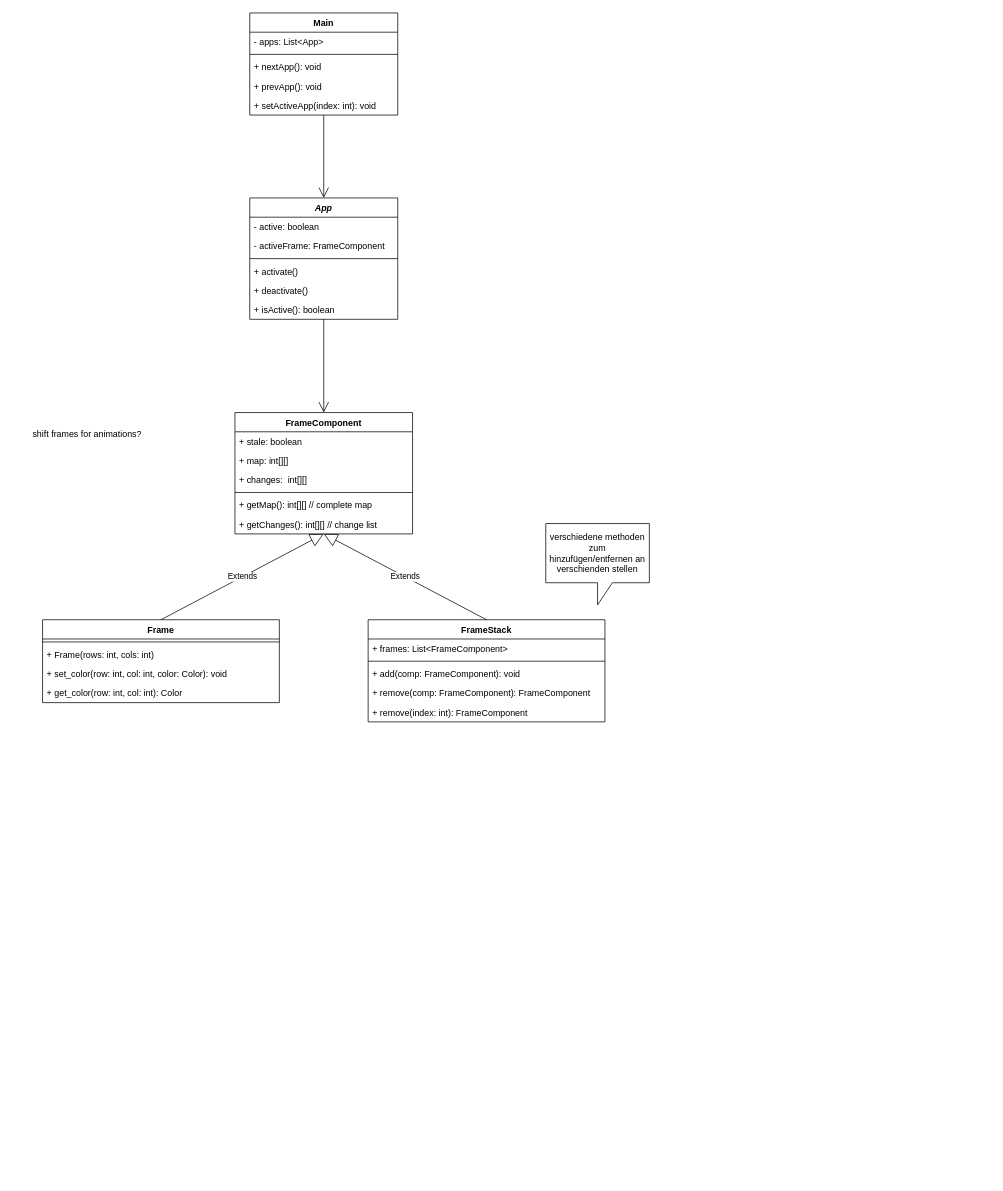
Noperabovi/python_ledbox keeps this draw.io diagram as sketches/class_diagram.drawio. Above is the earlier version. Source tidied: cells renumbered, new cells numbered last; positions are measured from the earlier drawing's top-left corner, leaving out a move shared by most shapes. Both pictures are drawn from the tidied source at 74%, with x=0, y=0 at pixel (27, 13).
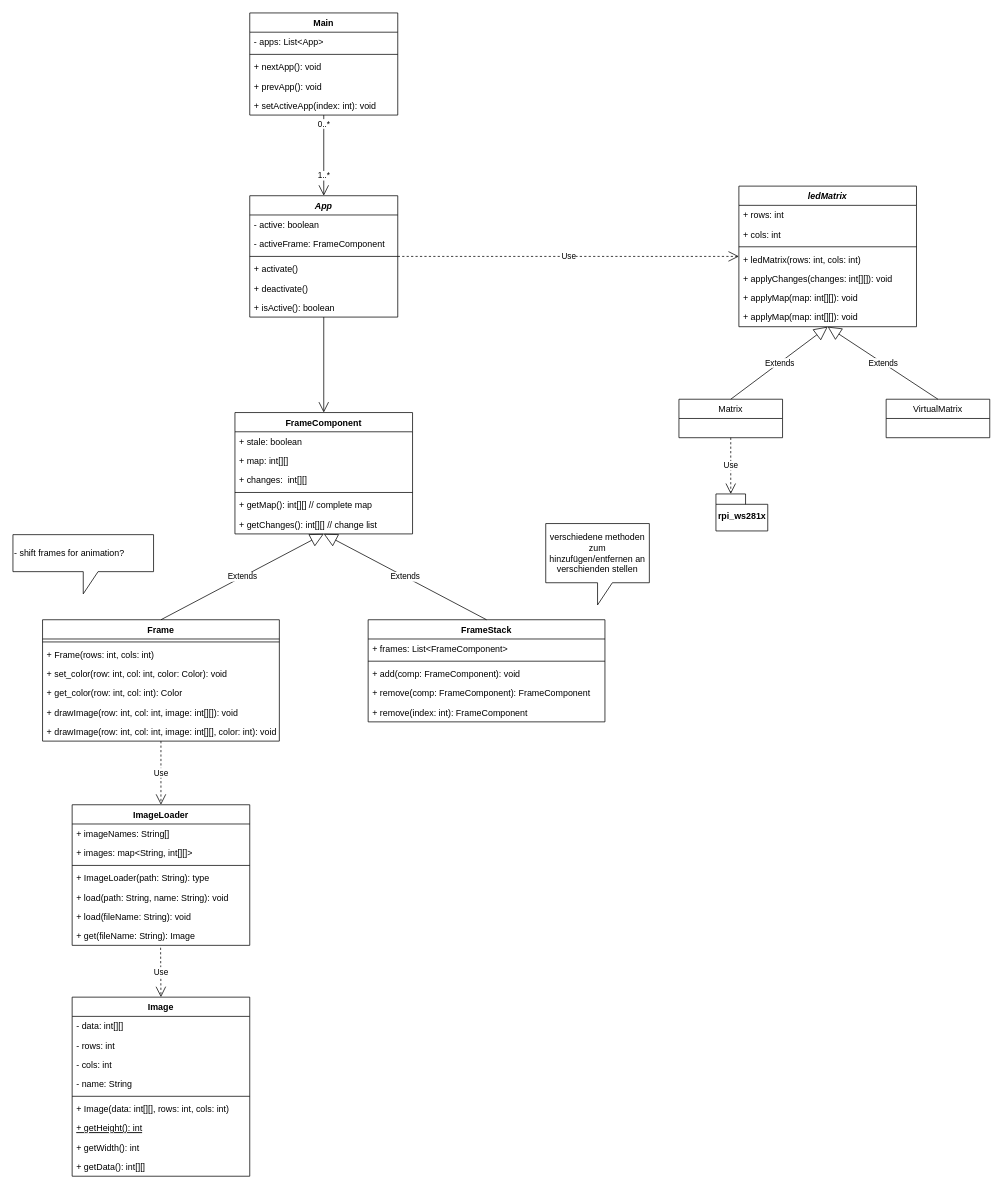
The same page after the edit.

Commit message:
add ledMatrix and ImageLoader class to class diagram

Unchanged cells that the change refers to:
```xml
<mxCell id="32" value="Main" style="swimlane;fontStyle=1;align=center;verticalAlign=top;horizontal=1;startSize=26;fontColor=#000000;" parent="1" vertex="1">
  <mxGeometry x="300" width="200" height="138" as="geometry" />
</mxCell>
```

Diff of the diagram source:
```diff
@@
     <mxCell id="2" value="Frame" style="swimlane;fontStyle=1;align=center;verticalAlign=top;horizontal=1;startSize=26;" parent="1" vertex="1">
-      <mxGeometry x="20" y="820" width="320" height="112" as="geometry" />
+      <mxGeometry x="20" y="820" width="320" height="164" as="geometry" />
     </mxCell>
@@
+    <mxCell id="39" value="+ drawImage(row: int, col: int, image: int[][]): void" style="text;strokeColor=none;fillColor=none;align=left;verticalAlign=top;spacingLeft=4;spacingRight=4;overflow=hidden;" parent="2" vertex="1">
+      <mxGeometry y="112" width="320" height="26" as="geometry" />
+    </mxCell>
+    <mxCell id="40" value="+ drawImage(row: int, col: int, image: int[][], color: int): void" style="text;strokeColor=none;fillColor=none;align=left;verticalAlign=top;spacingLeft=4;spacingRight=4;overflow=hidden;" parent="2" vertex="1">
+      <mxGeometry y="138" width="320" height="26" as="geometry" />
+    </mxCell>
@@
-    <mxCell id="22" value="shift frames for animations?" style="text;html=1;align=center;verticalAlign=middle;" parent="1" vertex="1">
-      <mxGeometry y="560" width="160" height="20" as="geometry" />
-    </mxCell>
@@
     <mxCell id="24" value="App" style="swimlane;fontStyle=3;align=center;verticalAlign=top;horizontal=1;startSize=26;fontColor=#000000;" parent="1" vertex="1">
-      <mxGeometry x="300" y="250" width="200" height="164" as="geometry" />
+      <mxGeometry x="300" y="247" width="200" height="164" as="geometry" />
     </mxCell>
@@
-    <mxCell id="38" style="endArrow=open;endFill=1;endSize=12;html=1;fontColor=#000000;entryX=0.5;entryY=0;entryDx=0;entryDy=0;exitX=0.5;exitY=1;exitDx=0;exitDy=0;" parent="1" edge="1" source="32" target="24">
-      <mxGeometry relative="1" as="geometry" />
+    <mxCell id="38" value="1..*" style="endArrow=open;endFill=1;endSize=12;html=1;fontColor=#000000;entryX=0.5;entryY=0;entryDx=0;entryDy=0;exitX=0.5;exitY=1;exitDx=0;exitDy=0;" parent="1" edge="1" source="32" target="24">
+      <mxGeometry x="0.5" relative="1" as="geometry" />
     </mxCell>
+    <mxCell id="41" value="0..*" style="edgeLabel;html=1;align=center;verticalAlign=middle;" parent="38" vertex="1">
+      <mxGeometry x="-0.8" y="-1" relative="1" as="geometry" />
+    </mxCell>
+    <mxCell id="42" value="ledMatrix" style="swimlane;fontStyle=3;align=center;verticalAlign=top;horizontal=1;startSize=26;" parent="1" vertex="1">
+      <mxGeometry x="961" y="234" width="240" height="190" as="geometry" />
+    </mxCell>
+    <mxCell id="43" value="+ rows: int&#10;" style="text;strokeColor=none;fillColor=none;align=left;verticalAlign=top;spacingLeft=4;spacingRight=4;overflow=hidden;" parent="42" vertex="1">
+      <mxGeometry y="26" width="240" height="26" as="geometry" />
+    </mxCell>
+    <mxCell id="44" value="+ cols: int" style="text;strokeColor=none;fillColor=none;align=left;verticalAlign=top;spacingLeft=4;spacingRight=4;overflow=hidden;" parent="42" vertex="1">
+      <mxGeometry y="52" width="240" height="26" as="geometry" />
+    </mxCell>
+    <mxCell id="45" style="line;strokeWidth=1;fillColor=none;align=left;verticalAlign=middle;spacingTop=-1;spacingLeft=3;spacingRight=3;labelPosition=right;" parent="42" vertex="1">
+      <mxGeometry y="78" width="240" height="8" as="geometry" />
+    </mxCell>
+    <mxCell id="46" value="+ ledMatrix(rows: int, cols: int)" style="text;strokeColor=none;fillColor=none;align=left;verticalAlign=top;spacingLeft=4;spacingRight=4;overflow=hidden;" parent="42" vertex="1">
+      <mxGeometry y="86" width="240" height="26" as="geometry" />
+    </mxCell>
+    <mxCell id="47" value="+ applyChanges(changes: int[][]): void" style="text;strokeColor=none;fillColor=none;align=left;verticalAlign=top;spacingLeft=4;spacingRight=4;overflow=hidden;" parent="42" vertex="1">
+      <mxGeometry y="112" width="240" height="26" as="geometry" />
+    </mxCell>
+    <mxCell id="48" value="+ applyMap(map: int[][]): void" style="text;strokeColor=none;fillColor=none;align=left;verticalAlign=top;spacingLeft=4;spacingRight=4;overflow=hidden;" parent="42" vertex="1">
+      <mxGeometry y="138" width="240" height="26" as="geometry" />
+    </mxCell>
+    <mxCell id="49" value="+ applyMap(map: int[][]): void" style="text;strokeColor=none;fillColor=none;align=left;verticalAlign=top;spacingLeft=4;spacingRight=4;overflow=hidden;" parent="42" vertex="1">
+      <mxGeometry y="164" width="240" height="26" as="geometry" />
+    </mxCell>
+    <mxCell id="50" value="Matrix" style="swimlane;fontStyle=0;horizontal=1;startSize=26;fillColor=none;" parent="1" vertex="1">
+      <mxGeometry x="880" y="522" width="140" height="52" as="geometry" />
+    </mxCell>
+    <mxCell id="51" value="VirtualMatrix" style="swimlane;fontStyle=0;horizontal=1;startSize=26;fillColor=none;" parent="1" vertex="1">
+      <mxGeometry x="1160" y="522" width="140" height="52" as="geometry" />
+    </mxCell>
+    <mxCell id="52" value="rpi_ws281x" style="shape=folder;fontStyle=1;spacingTop=10;tabWidth=40;tabHeight=14;tabPosition=left;html=1;" parent="1" vertex="1">
+      <mxGeometry x="930" y="650" width="70" height="50" as="geometry" />
+    </mxCell>
+    <mxCell id="53" value="Extends" style="endArrow=block;endSize=16;endFill=0;html=1;exitX=0.5;exitY=0;exitDx=0;exitDy=0;entryX=0.5;entryY=1;entryDx=0;entryDy=0;" parent="1" edge="1" source="50" target="42">
+      <mxGeometry relative="1" as="geometry" />
+    </mxCell>
+    <mxCell id="54" value="Extends" style="endArrow=block;endSize=16;endFill=0;html=1;exitX=0.5;exitY=0;exitDx=0;exitDy=0;entryX=0.5;entryY=1;entryDx=0;entryDy=0;" parent="1" edge="1" source="51" target="42">
+      <mxGeometry relative="1" as="geometry" />
+    </mxCell>
+    <mxCell id="55" value="Use" style="endArrow=open;endSize=12;dashed=1;html=1;exitX=0.5;exitY=1;exitDx=0;exitDy=0;entryX=0;entryY=0;entryDx=20;entryDy=0;entryPerimeter=0;" parent="1" edge="1" source="50" target="52">
+      <mxGeometry relative="1" as="geometry" />
+    </mxCell>
+    <mxCell id="56" value="Use" style="endArrow=open;endSize=12;dashed=1;html=1;exitX=1;exitY=0.5;exitDx=0;exitDy=0;entryX=0;entryY=0.5;entryDx=0;entryDy=0;" parent="1" edge="1" source="24" target="42">
+      <mxGeometry relative="1" as="geometry" />
+    </mxCell>
+    <mxCell id="57" value="- shift frames for animation?" style="shape=callout;whiteSpace=wrap;html=1;perimeter=calloutPerimeter;align=left;" parent="1" vertex="1">
+      <mxGeometry x="-20" y="705" width="190" height="80" as="geometry" />
+    </mxCell>
+    <mxCell id="58" value="ImageLoader" style="swimlane;fontStyle=1;align=center;verticalAlign=top;horizontal=1;startSize=26;" parent="1" vertex="1">
+      <mxGeometry x="60" y="1070" width="240" height="190" as="geometry" />
+    </mxCell>
+    <mxCell id="59" value="+ imageNames: String[]" style="text;strokeColor=none;fillColor=none;align=left;verticalAlign=top;spacingLeft=4;spacingRight=4;overflow=hidden;" parent="58" vertex="1">
+      <mxGeometry y="26" width="240" height="26" as="geometry" />
+    </mxCell>
+    <mxCell id="60" value="+ images: map&lt;String, int[][]&gt;" style="text;strokeColor=none;fillColor=none;align=left;verticalAlign=top;spacingLeft=4;spacingRight=4;overflow=hidden;" parent="58" vertex="1">
+      <mxGeometry y="52" width="240" height="26" as="geometry" />
+    </mxCell>
+    <mxCell id="61" style="line;strokeWidth=1;fillColor=none;align=left;verticalAlign=middle;spacingTop=-1;spacingLeft=3;spacingRight=3;labelPosition=right;" parent="58" vertex="1">
+      <mxGeometry y="78" width="240" height="8" as="geometry" />
+    </mxCell>
+    <mxCell id="62" value="+ ImageLoader(path: String): type" style="text;strokeColor=none;fillColor=none;align=left;verticalAlign=top;spacingLeft=4;spacingRight=4;overflow=hidden;" parent="58" vertex="1">
+      <mxGeometry y="86" width="240" height="26" as="geometry" />
+    </mxCell>
+    <mxCell id="63" value="+ load(path: String, name: String): void" style="text;strokeColor=none;fillColor=none;align=left;verticalAlign=top;spacingLeft=4;spacingRight=4;overflow=hidden;fontStyle=0;" parent="58" vertex="1">
+      <mxGeometry y="112" width="240" height="26" as="geometry" />
+    </mxCell>
+    <mxCell id="64" value="+ load(fileName: String): void" style="text;strokeColor=none;fillColor=none;align=left;verticalAlign=top;spacingLeft=4;spacingRight=4;overflow=hidden;fontStyle=0;" parent="58" vertex="1">
+      <mxGeometry y="138" width="240" height="26" as="geometry" />
+    </mxCell>
+    <mxCell id="65" value="+ get(fileName: String): Image" style="text;strokeColor=none;fillColor=none;align=left;verticalAlign=top;spacingLeft=4;spacingRight=4;overflow=hidden;points=[[0,0.5],[1,0.5]];portConstraint=eastwest;fontStyle=0;" parent="58" vertex="1">
+      <mxGeometry y="164" width="240" height="26" as="geometry" />
+    </mxCell>
+    <mxCell id="66" value="Use" style="endArrow=open;endSize=12;dashed=1;html=1;exitX=0.5;exitY=1;exitDx=0;exitDy=0;entryX=0.5;entryY=0;entryDx=0;entryDy=0;" parent="1" edge="1" source="2" target="58">
+      <mxGeometry relative="1" as="geometry" />
+    </mxCell>
+    <mxCell id="67" value="Image" style="swimlane;fontStyle=1;align=center;verticalAlign=top;horizontal=1;startSize=26;" parent="1" vertex="1">
+      <mxGeometry x="60" y="1330" width="240" height="242" as="geometry" />
+    </mxCell>
+    <mxCell id="68" value="- data: int[][]" style="text;strokeColor=none;fillColor=none;align=left;verticalAlign=top;spacingLeft=4;spacingRight=4;overflow=hidden;" parent="67" vertex="1">
+      <mxGeometry y="26" width="240" height="26" as="geometry" />
+    </mxCell>
+    <mxCell id="69" value="- rows: int&#10;" style="text;strokeColor=none;fillColor=none;align=left;verticalAlign=top;spacingLeft=4;spacingRight=4;overflow=hidden;" parent="67" vertex="1">
+      <mxGeometry y="52" width="240" height="26" as="geometry" />
+    </mxCell>
+    <mxCell id="70" value="- cols: int&#10;" style="text;strokeColor=none;fillColor=none;align=left;verticalAlign=top;spacingLeft=4;spacingRight=4;overflow=hidden;" parent="67" vertex="1">
+      <mxGeometry y="78" width="240" height="26" as="geometry" />
+    </mxCell>
+    <mxCell id="71" value="- name: String&#10;" style="text;strokeColor=none;fillColor=none;align=left;verticalAlign=top;spacingLeft=4;spacingRight=4;overflow=hidden;" parent="67" vertex="1">
+      <mxGeometry y="104" width="240" height="26" as="geometry" />
+    </mxCell>
+    <mxCell id="72" style="line;strokeWidth=1;fillColor=none;align=left;verticalAlign=middle;spacingTop=-1;spacingLeft=3;spacingRight=3;labelPosition=right;" parent="67" vertex="1">
+      <mxGeometry y="130" width="240" height="8" as="geometry" />
+    </mxCell>
+    <mxCell id="73" value="+ Image(data: int[][], rows: int, cols: int)" style="text;strokeColor=none;fillColor=none;align=left;verticalAlign=top;spacingLeft=4;spacingRight=4;overflow=hidden;" parent="67" vertex="1">
+      <mxGeometry y="138" width="240" height="26" as="geometry" />
+    </mxCell>
+    <mxCell id="74" value="+ getHeight(): int" style="text;strokeColor=none;fillColor=none;align=left;verticalAlign=top;spacingLeft=4;spacingRight=4;overflow=hidden;fontStyle=4;" parent="67" vertex="1">
+      <mxGeometry y="164" width="240" height="26" as="geometry" />
+    </mxCell>
+    <mxCell id="75" value="+ getWidth(): int" style="text;strokeColor=none;fillColor=none;align=left;verticalAlign=top;spacingLeft=4;spacingRight=4;overflow=hidden;fontStyle=0;" parent="67" vertex="1">
+      <mxGeometry y="190" width="240" height="26" as="geometry" />
+    </mxCell>
+    <mxCell id="76" value="+ getData(): int[][]" style="text;strokeColor=none;fillColor=none;align=left;verticalAlign=top;spacingLeft=4;spacingRight=4;overflow=hidden;fontStyle=0;" parent="67" vertex="1">
+      <mxGeometry y="216" width="240" height="26" as="geometry" />
+    </mxCell>
+    <mxCell id="77" value="Use" style="endArrow=open;endSize=12;dashed=1;html=1;entryX=0.5;entryY=0;entryDx=0;entryDy=0;exitX=0.498;exitY=1.123;exitDx=0;exitDy=0;exitPerimeter=0;" parent="1" edge="1" source="65" target="67">
+      <mxGeometry relative="1" as="geometry" />
+    </mxCell>
```
